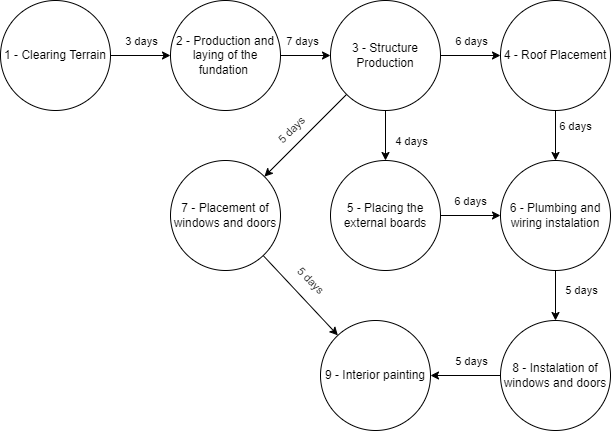
luizfiliperm/graphy-theory keeps this draw.io diagram as ex01-fundamentals/hackathon-02/house-tree-graph.png. Above is the earlier version. Source tidied: cells renumbered, new cells last; positions are measured from the earlier drawing's top-left corner, leaving out a move shared by most shapes. Source of this version:
```xml
<mxGraphModel>
  <root>
    <mxCell id="0" />
    <mxCell id="1" parent="0" />
    <mxCell id="2" style="edgeStyle=none;html=1;" parent="1" edge="1" source="4" target="30">
      <mxGeometry relative="1" as="geometry" />
    </mxCell>
    <mxCell id="3" value="5 days" style="edgeLabel;html=1;align=center;verticalAlign=middle;labelBackgroundColor=none;" parent="2" vertex="1">
      <mxGeometry x="0.5" relative="1" as="geometry">
        <mxPoint x="23" y="-15" as="offset" />
      </mxGeometry>
    </mxCell>
    <mxCell id="4" value="8 - Instalation of windows and doors" style="ellipse;whiteSpace=wrap;html=1;" parent="1" vertex="1">
      <mxGeometry x="500" y="320" width="110" height="110" as="geometry" />
    </mxCell>
    <mxCell id="5" style="edgeStyle=none;html=1;" parent="1" edge="1" source="7" target="29">
      <mxGeometry relative="1" as="geometry" />
    </mxCell>
    <mxCell id="6" value="3 days" style="edgeLabel;html=1;align=center;verticalAlign=middle;labelBackgroundColor=none;" parent="5" vertex="1">
      <mxGeometry x="-0.37" y="-1" relative="1" as="geometry">
        <mxPoint x="11" y="-16" as="offset" />
      </mxGeometry>
    </mxCell>
    <mxCell id="7" value="1 - Clearing Terrain" style="ellipse;whiteSpace=wrap;html=1;" parent="1" vertex="1">
      <mxGeometry width="110" height="110" as="geometry" />
    </mxCell>
    <mxCell id="8" style="edgeStyle=none;html=1;" parent="1" edge="1" source="10" target="30">
      <mxGeometry relative="1" as="geometry" />
    </mxCell>
    <mxCell id="9" value="5 days" style="edgeLabel;html=1;align=center;verticalAlign=middle;rotation=45;labelBackgroundColor=none;" parent="8" vertex="1">
      <mxGeometry x="-0.32" y="-1" relative="1" as="geometry">
        <mxPoint x="23" y="-3" as="offset" />
      </mxGeometry>
    </mxCell>
    <mxCell id="10" value="7 - Placement of windows and doors" style="ellipse;whiteSpace=wrap;html=1;" parent="1" vertex="1">
      <mxGeometry x="170" y="160" width="110" height="110" as="geometry" />
    </mxCell>
    <mxCell id="11" style="edgeStyle=none;html=1;" parent="1" edge="1" source="13" target="4">
      <mxGeometry relative="1" as="geometry" />
    </mxCell>
    <mxCell id="12" value="5 days" style="edgeLabel;html=1;align=center;verticalAlign=middle;labelBackgroundColor=none;" parent="11" vertex="1">
      <mxGeometry x="-0.58" relative="1" as="geometry">
        <mxPoint x="25" y="9" as="offset" />
      </mxGeometry>
    </mxCell>
    <mxCell id="13" value="6 - Plumbing and wiring instalation" style="ellipse;whiteSpace=wrap;html=1;" parent="1" vertex="1">
      <mxGeometry x="500" y="160" width="110" height="110" as="geometry" />
    </mxCell>
    <mxCell id="14" style="edgeStyle=none;html=1;" parent="1" edge="1" source="16" target="13">
      <mxGeometry relative="1" as="geometry" />
    </mxCell>
    <mxCell id="15" value="6 days" style="edgeLabel;html=1;align=center;verticalAlign=middle;labelBackgroundColor=none;" parent="14" vertex="1">
      <mxGeometry x="-0.48" y="-2" relative="1" as="geometry">
        <mxPoint x="14" y="-17" as="offset" />
      </mxGeometry>
    </mxCell>
    <mxCell id="16" value="5 - Placing the external boards" style="ellipse;whiteSpace=wrap;html=1;" parent="1" vertex="1">
      <mxGeometry x="330" y="160" width="110" height="110" as="geometry" />
    </mxCell>
    <mxCell id="17" style="edgeStyle=none;html=1;" parent="1" edge="1" source="19" target="13">
      <mxGeometry relative="1" as="geometry" />
    </mxCell>
    <mxCell id="18" value="6 days" style="edgeLabel;html=1;align=center;verticalAlign=middle;labelBackgroundColor=none;" parent="17" vertex="1">
      <mxGeometry x="-0.44" y="-2" relative="1" as="geometry">
        <mxPoint x="21" y="1" as="offset" />
      </mxGeometry>
    </mxCell>
    <mxCell id="19" value="4 - Roof Placement" style="ellipse;whiteSpace=wrap;html=1;" parent="1" vertex="1">
      <mxGeometry x="500" width="110" height="110" as="geometry" />
    </mxCell>
    <mxCell id="20" style="edgeStyle=none;html=1;" parent="1" edge="1" source="26" target="19">
      <mxGeometry relative="1" as="geometry" />
    </mxCell>
    <mxCell id="21" value="6 days" style="edgeLabel;html=1;align=center;verticalAlign=middle;labelBackgroundColor=none;" parent="20" vertex="1">
      <mxGeometry x="-0.5" y="-3" relative="1" as="geometry">
        <mxPoint x="15" y="-18" as="offset" />
      </mxGeometry>
    </mxCell>
    <mxCell id="22" style="edgeStyle=none;html=1;" parent="1" edge="1" source="26" target="16">
      <mxGeometry relative="1" as="geometry" />
    </mxCell>
    <mxCell id="23" value="4 days" style="edgeLabel;html=1;align=center;verticalAlign=middle;labelBackgroundColor=none;" parent="22" vertex="1">
      <mxGeometry x="0.45" y="1" relative="1" as="geometry">
        <mxPoint x="24" y="-6" as="offset" />
      </mxGeometry>
    </mxCell>
    <mxCell id="24" style="edgeStyle=none;html=1;" parent="1" edge="1" source="26" target="10">
      <mxGeometry relative="1" as="geometry" />
    </mxCell>
    <mxCell id="25" value="5 days" style="edgeLabel;html=1;align=center;verticalAlign=middle;rotation=-45;labelBackgroundColor=none;" parent="24" vertex="1">
      <mxGeometry x="0.53" relative="1" as="geometry">
        <mxPoint x="7" y="-27" as="offset" />
      </mxGeometry>
    </mxCell>
    <mxCell id="26" value="3 - Structure Production" style="ellipse;whiteSpace=wrap;html=1;" parent="1" vertex="1">
      <mxGeometry x="330" width="110" height="110" as="geometry" />
    </mxCell>
    <mxCell id="27" style="edgeStyle=none;html=1;" parent="1" edge="1" source="29" target="26">
      <mxGeometry relative="1" as="geometry" />
    </mxCell>
    <mxCell id="28" value="7 days" style="edgeLabel;html=1;align=center;verticalAlign=middle;labelBackgroundColor=none;" parent="27" vertex="1">
      <mxGeometry x="-0.53" relative="1" as="geometry">
        <mxPoint x="9" y="-15" as="offset" />
      </mxGeometry>
    </mxCell>
    <mxCell id="29" value="2 - Production and laying of the fundation&amp;nbsp;" style="ellipse;whiteSpace=wrap;html=1;" parent="1" vertex="1">
      <mxGeometry x="170" width="110" height="110" as="geometry" />
    </mxCell>
    <mxCell id="30" value="9 - Interior painting" style="ellipse;whiteSpace=wrap;html=1;" parent="1" vertex="1">
      <mxGeometry x="320" y="320" width="110" height="110" as="geometry" />
    </mxCell>
  </root>
</mxGraphModel>
```
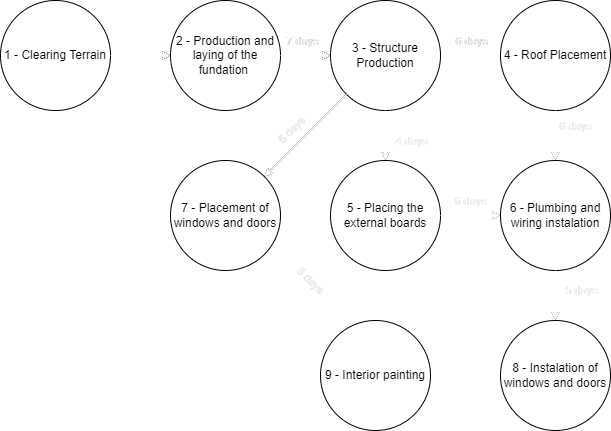
The same file after the commit.

Change to the diagram source:
```diff
@@ -2,10 +2,10 @@
   <root>
     <mxCell id="0" />
     <mxCell id="1" parent="0" />
-    <mxCell id="2" style="edgeStyle=none;html=1;" parent="1" edge="1" source="4" target="30">
+    <mxCell id="2" style="edgeStyle=none;html=1;labelBackgroundColor=none;fontColor=#FFFFFF;strokeColor=#FFFFFF;" parent="1" edge="1" source="4" target="30">
       <mxGeometry relative="1" as="geometry" />
     </mxCell>
-    <mxCell id="3" value="5 days" style="edgeLabel;html=1;align=center;verticalAlign=middle;labelBackgroundColor=none;" parent="2" vertex="1">
+    <mxCell id="3" value="5 days" style="edgeLabel;html=1;align=center;verticalAlign=middle;labelBackgroundColor=none;fontColor=#FFFFFF;" parent="2" vertex="1">
       <mxGeometry x="0.5" relative="1" as="geometry">
         <mxPoint x="23" y="-15" as="offset" />
       </mxGeometry>
@@ -16,7 +16,7 @@
     <mxCell id="5" style="edgeStyle=none;html=1;" parent="1" edge="1" source="7" target="29">
       <mxGeometry relative="1" as="geometry" />
     </mxCell>
-    <mxCell id="6" value="3 days" style="edgeLabel;html=1;align=center;verticalAlign=middle;labelBackgroundColor=none;" parent="5" vertex="1">
+    <mxCell id="6" value="3 days" style="edgeLabel;html=1;align=center;verticalAlign=middle;labelBackgroundColor=none;fontColor=#FFFFFF;" parent="5" vertex="1">
       <mxGeometry x="-0.37" y="-1" relative="1" as="geometry">
         <mxPoint x="11" y="-16" as="offset" />
       </mxGeometry>
@@ -24,7 +24,7 @@
     <mxCell id="7" value="1 - Clearing Terrain" style="ellipse;whiteSpace=wrap;html=1;" parent="1" vertex="1">
       <mxGeometry width="110" height="110" as="geometry" />
     </mxCell>
-    <mxCell id="8" style="edgeStyle=none;html=1;" parent="1" edge="1" source="10" target="30">
+    <mxCell id="8" style="edgeStyle=none;html=1;labelBackgroundColor=none;fontColor=#FFFFFF;strokeColor=#FFFFFF;" parent="1" edge="1" source="10" target="30">
       <mxGeometry relative="1" as="geometry" />
     </mxCell>
     <mxCell id="9" value="5 days" style="edgeLabel;html=1;align=center;verticalAlign=middle;rotation=45;labelBackgroundColor=none;" parent="8" vertex="1">
@@ -32,6 +32,11 @@
         <mxPoint x="23" y="-3" as="offset" />
       </mxGeometry>
     </mxCell>
+    <mxCell id="31" value="5 days" style="edgeLabel;html=1;align=center;verticalAlign=middle;rotation=45;labelBackgroundColor=none;fontColor=#FFFFFF;" parent="8" vertex="1">
+      <mxGeometry x="-0.32" y="-1" relative="1" as="geometry">
+        <mxPoint x="23" y="-3" as="offset" />
+      </mxGeometry>
+    </mxCell>
     <mxCell id="10" value="7 - Placement of windows and doors" style="ellipse;whiteSpace=wrap;html=1;" parent="1" vertex="1">
       <mxGeometry x="170" y="160" width="110" height="110" as="geometry" />
     </mxCell>
@@ -68,7 +73,7 @@
     <mxCell id="19" value="4 - Roof Placement" style="ellipse;whiteSpace=wrap;html=1;" parent="1" vertex="1">
       <mxGeometry x="500" width="110" height="110" as="geometry" />
     </mxCell>
-    <mxCell id="20" style="edgeStyle=none;html=1;" parent="1" edge="1" source="26" target="19">
+    <mxCell id="20" style="edgeStyle=none;html=1;strokeColor=#FFFFFF;" parent="1" edge="1" source="26" target="19">
       <mxGeometry relative="1" as="geometry" />
     </mxCell>
     <mxCell id="21" value="6 days" style="edgeLabel;html=1;align=center;verticalAlign=middle;labelBackgroundColor=none;" parent="20" vertex="1">
@@ -76,6 +81,16 @@
         <mxPoint x="15" y="-18" as="offset" />
       </mxGeometry>
     </mxCell>
+    <mxCell id="32" value="6 days" style="edgeLabel;html=1;align=center;verticalAlign=middle;labelBackgroundColor=none;" parent="20" vertex="1">
+      <mxGeometry x="-0.5" y="-3" relative="1" as="geometry">
+        <mxPoint x="15" y="-18" as="offset" />
+      </mxGeometry>
+    </mxCell>
+    <mxCell id="33" value="6 days" style="edgeLabel;html=1;align=center;verticalAlign=middle;labelBackgroundColor=none;fontColor=#FFFFFF;" parent="20" vertex="1">
+      <mxGeometry x="-0.5" y="-3" relative="1" as="geometry">
+        <mxPoint x="15" y="-18" as="offset" />
+      </mxGeometry>
+    </mxCell>
     <mxCell id="22" style="edgeStyle=none;html=1;" parent="1" edge="1" source="26" target="16">
       <mxGeometry relative="1" as="geometry" />
     </mxCell>
@@ -92,6 +107,9 @@
         <mxPoint x="7" y="-27" as="offset" />
       </mxGeometry>
     </mxCell>
+    <mxCell id="34" style="edgeStyle=none;html=1;labelBackgroundColor=none;strokeColor=#FFFFFF;fontColor=#FFFFFF;" parent="1" edge="1" source="26" target="19">
+      <mxGeometry relative="1" as="geometry" />
+    </mxCell>
     <mxCell id="26" value="3 - Structure Production" style="ellipse;whiteSpace=wrap;html=1;" parent="1" vertex="1">
       <mxGeometry x="330" width="110" height="110" as="geometry" />
     </mxCell>
@@ -109,5 +127,104 @@
     <mxCell id="30" value="9 - Interior painting" style="ellipse;whiteSpace=wrap;html=1;" parent="1" vertex="1">
       <mxGeometry x="320" y="320" width="110" height="110" as="geometry" />
     </mxCell>
+    <mxCell id="35" style="edgeStyle=none;html=1;" parent="1" edge="1">
+      <mxGeometry relative="1" as="geometry">
+        <mxPoint x="110" y="55" as="sourcePoint" />
+        <mxPoint x="170" y="55" as="targetPoint" />
+      </mxGeometry>
+    </mxCell>
+    <mxCell id="36" value="3 days" style="edgeLabel;html=1;align=center;verticalAlign=middle;labelBackgroundColor=none;fontColor=#FFFFFF;" parent="35" vertex="1">
+      <mxGeometry x="-0.37" y="-1" relative="1" as="geometry">
+        <mxPoint x="11" y="-16" as="offset" />
+      </mxGeometry>
+    </mxCell>
+    <mxCell id="37" style="edgeStyle=none;html=1;" parent="1" edge="1">
+      <mxGeometry relative="1" as="geometry">
+        <mxPoint x="280" y="55" as="sourcePoint" />
+        <mxPoint x="330" y="55" as="targetPoint" />
+      </mxGeometry>
+    </mxCell>
+    <mxCell id="38" value="7 days" style="edgeLabel;html=1;align=center;verticalAlign=middle;labelBackgroundColor=none;" parent="37" vertex="1">
+      <mxGeometry x="-0.53" relative="1" as="geometry">
+        <mxPoint x="9" y="-15" as="offset" />
+      </mxGeometry>
+    </mxCell>
+    <mxCell id="39" style="edgeStyle=none;html=1;labelBackgroundColor=none;fontColor=#FFFFFF;strokeColor=#FFFFFF;" parent="1" edge="1">
+      <mxGeometry relative="1" as="geometry">
+        <mxPoint x="110" y="55" as="sourcePoint" />
+        <mxPoint x="170" y="55" as="targetPoint" />
+      </mxGeometry>
+    </mxCell>
+    <mxCell id="40" value="3 days" style="edgeLabel;html=1;align=center;verticalAlign=middle;labelBackgroundColor=none;fontColor=#FFFFFF;" parent="39" vertex="1">
+      <mxGeometry x="-0.37" y="-1" relative="1" as="geometry">
+        <mxPoint x="11" y="-16" as="offset" />
+      </mxGeometry>
+    </mxCell>
+    <mxCell id="41" style="edgeStyle=none;html=1;labelBackgroundColor=none;fontColor=#FFFFFF;strokeColor=#FFFFFF;" parent="1" edge="1">
+      <mxGeometry relative="1" as="geometry">
+        <mxPoint x="280" y="55" as="sourcePoint" />
+        <mxPoint x="330" y="55" as="targetPoint" />
+      </mxGeometry>
+    </mxCell>
+    <mxCell id="42" value="7 days" style="edgeLabel;html=1;align=center;verticalAlign=middle;labelBackgroundColor=none;fontColor=#FFFFFF;" parent="41" vertex="1">
+      <mxGeometry x="-0.53" relative="1" as="geometry">
+        <mxPoint x="9" y="-15" as="offset" />
+      </mxGeometry>
+    </mxCell>
+    <mxCell id="43" style="edgeStyle=none;html=1;labelBackgroundColor=none;fontColor=#FFFFFF;strokeColor=#FFFFFF;" parent="1" edge="1">
+      <mxGeometry relative="1" as="geometry">
+        <mxPoint x="555" y="110" as="sourcePoint" />
+        <mxPoint x="555" y="160" as="targetPoint" />
+      </mxGeometry>
+    </mxCell>
+    <mxCell id="44" value="6 days" style="edgeLabel;html=1;align=center;verticalAlign=middle;labelBackgroundColor=none;fontColor=#FFFFFF;" parent="43" vertex="1">
+      <mxGeometry x="-0.44" y="-2" relative="1" as="geometry">
+        <mxPoint x="21" y="1" as="offset" />
+      </mxGeometry>
+    </mxCell>
+    <mxCell id="45" style="edgeStyle=none;html=1;labelBackgroundColor=none;fontColor=#FFFFFF;strokeColor=#FFFFFF;" parent="1" edge="1">
+      <mxGeometry relative="1" as="geometry">
+        <mxPoint x="440" y="215" as="sourcePoint" />
+        <mxPoint x="500" y="215" as="targetPoint" />
+      </mxGeometry>
+    </mxCell>
+    <mxCell id="46" value="6 days" style="edgeLabel;html=1;align=center;verticalAlign=middle;labelBackgroundColor=none;fontColor=#FFFFFF;" parent="45" vertex="1">
+      <mxGeometry x="-0.48" y="-2" relative="1" as="geometry">
+        <mxPoint x="14" y="-17" as="offset" />
+      </mxGeometry>
+    </mxCell>
+    <mxCell id="47" style="edgeStyle=none;html=1;labelBackgroundColor=none;fontColor=#FFFFFF;strokeColor=#FFFFFF;" parent="1" edge="1">
+      <mxGeometry relative="1" as="geometry">
+        <mxPoint x="555" y="270" as="sourcePoint" />
+        <mxPoint x="555" y="320" as="targetPoint" />
+      </mxGeometry>
+    </mxCell>
+    <mxCell id="48" value="5 days" style="edgeLabel;html=1;align=center;verticalAlign=middle;labelBackgroundColor=none;fontColor=#FFFFFF;" parent="47" vertex="1">
+      <mxGeometry x="-0.58" relative="1" as="geometry">
+        <mxPoint x="25" y="9" as="offset" />
+      </mxGeometry>
+    </mxCell>
+    <mxCell id="49" style="edgeStyle=none;html=1;labelBackgroundColor=none;fontColor=#FFFFFF;strokeColor=#FFFFFF;" parent="1" edge="1">
+      <mxGeometry relative="1" as="geometry">
+        <mxPoint x="385" y="110" as="sourcePoint" />
+        <mxPoint x="385" y="160" as="targetPoint" />
+      </mxGeometry>
+    </mxCell>
+    <mxCell id="50" value="4 days" style="edgeLabel;html=1;align=center;verticalAlign=middle;labelBackgroundColor=none;fontColor=#FFFFFF;" parent="49" vertex="1">
+      <mxGeometry x="0.45" y="1" relative="1" as="geometry">
+        <mxPoint x="24" y="-6" as="offset" />
+      </mxGeometry>
+    </mxCell>
+    <mxCell id="51" style="edgeStyle=none;html=1;labelBackgroundColor=none;fontColor=#FFFFFF;strokeColor=#FFFFFF;" parent="1" edge="1">
+      <mxGeometry relative="1" as="geometry">
+        <mxPoint x="346.1" y="93.9" as="sourcePoint" />
+        <mxPoint x="263.9" y="176.1" as="targetPoint" />
+      </mxGeometry>
+    </mxCell>
+    <mxCell id="52" value="5 days" style="edgeLabel;html=1;align=center;verticalAlign=middle;rotation=-45;labelBackgroundColor=none;fontColor=#FFFFFF;" parent="51" vertex="1">
+      <mxGeometry x="0.53" relative="1" as="geometry">
+        <mxPoint x="7" y="-27" as="offset" />
+      </mxGeometry>
+    </mxCell>
   </root>
 </mxGraphModel>
```
